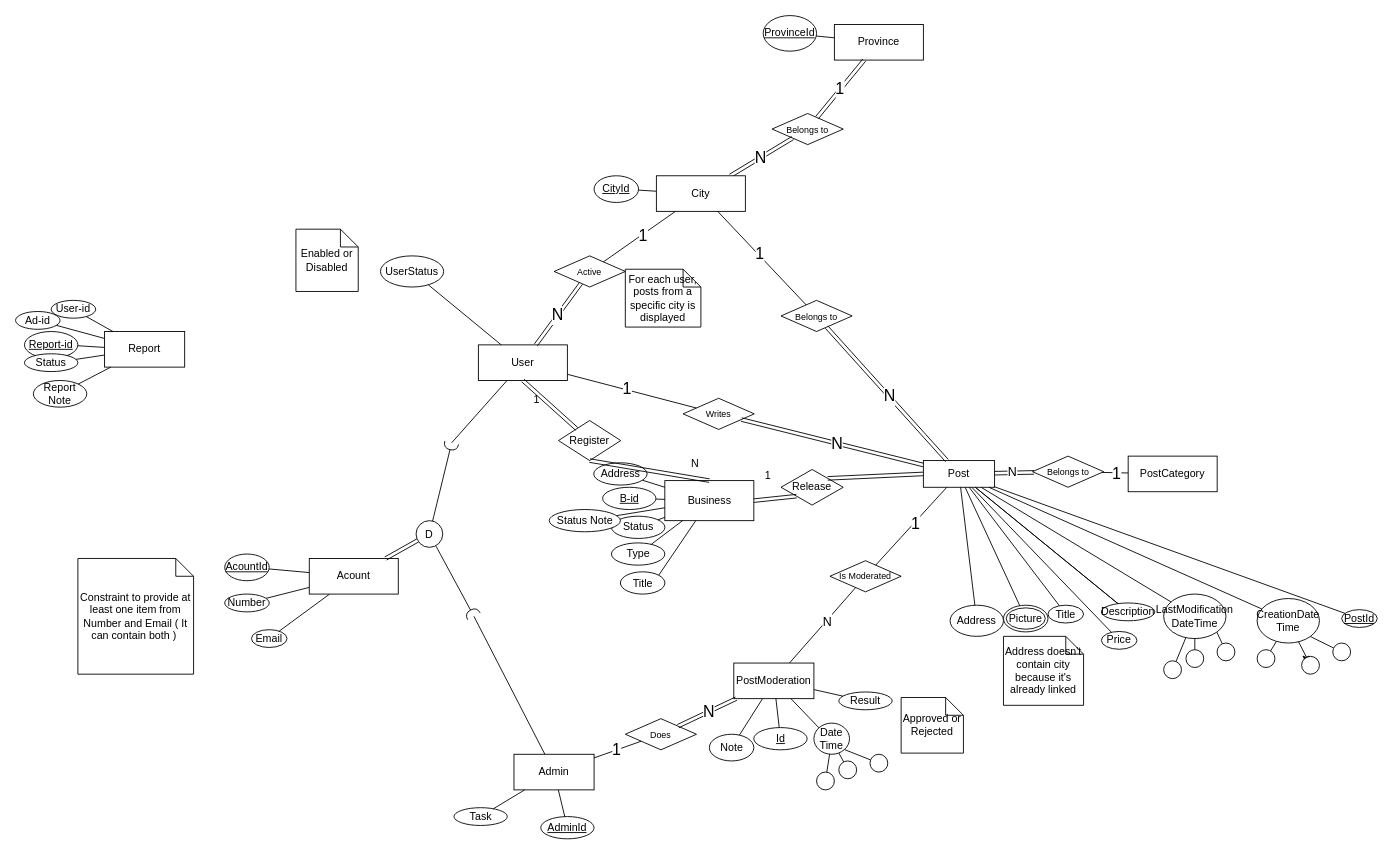
The draw.io diagram Project.drawio in khebrati/HamsellDatabase, before the edit. Source tidied: cells renumbered, new cells numbered last; positions are measured from the earlier drawing's top-left corner, leaving out a move shared by most shapes. Both pictures are drawn from the tidied source at 89%, with x=0, y=0 at pixel (15, 15).
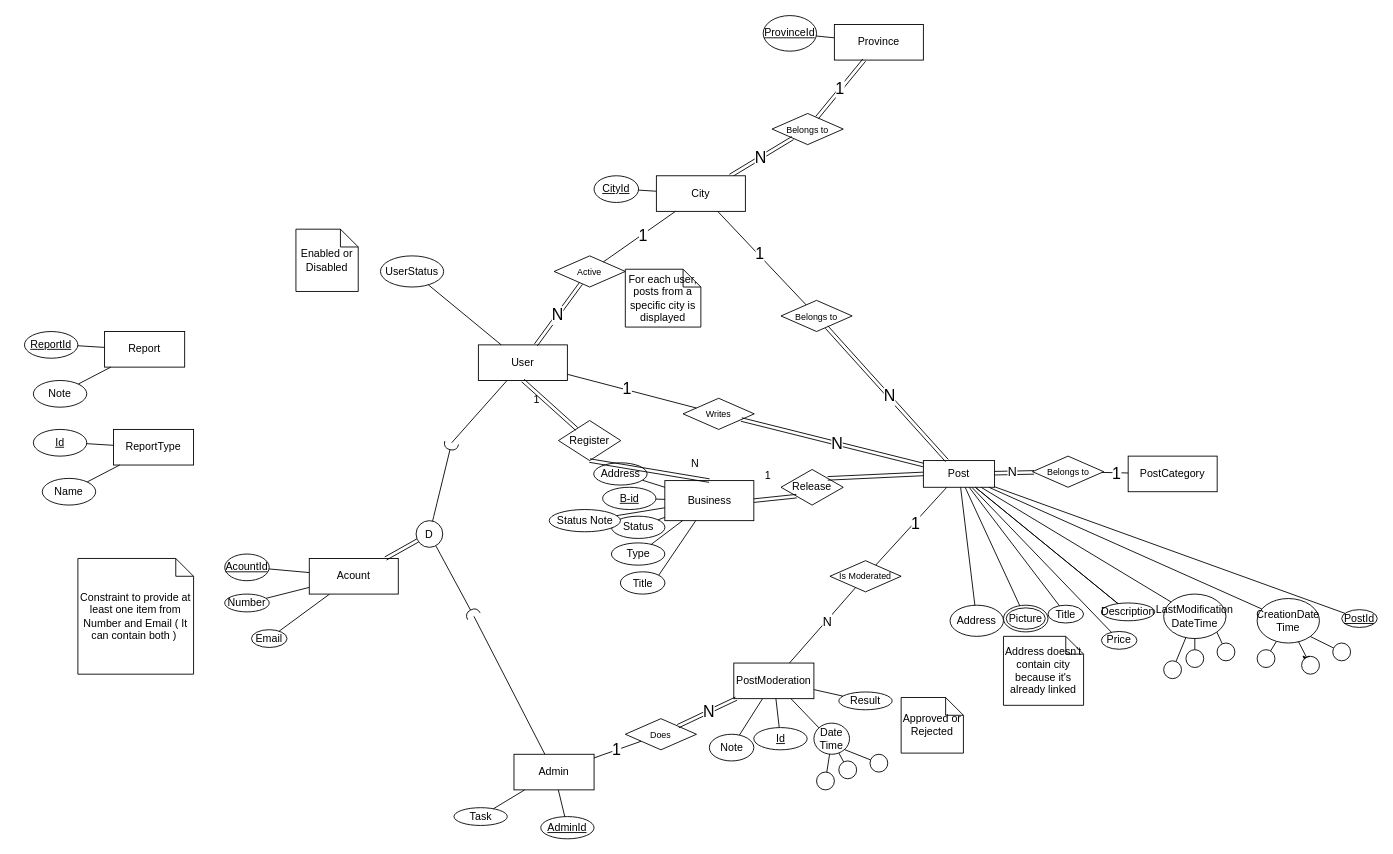
Above is the later version.

The change refers to these unchanged cells:
```xml
<mxCell id="21" value="Report" style="whiteSpace=wrap;html=1;align=center;" parent="1" vertex="1">
  <mxGeometry x="100" y="355" width="90" height="40" as="geometry" />
</mxCell>
```

What changed in the source:
```diff
@@
-    <mxCell id="22" value="Report-id" style="ellipse;whiteSpace=wrap;html=1;align=center;fontStyle=4;" parent="1" vertex="1">
+    <mxCell id="22" value="ReportId" style="ellipse;whiteSpace=wrap;html=1;align=center;fontStyle=4;" parent="1" vertex="1">
       <mxGeometry x="10" y="355" width="60" height="30" as="geometry" />
     </mxCell>
-    <mxCell id="23" value="Ad-id" style="ellipse;whiteSpace=wrap;html=1;align=center;" parent="1" vertex="1">
-      <mxGeometry y="332.5" width="50" height="20" as="geometry" />
-    </mxCell>
-    <mxCell id="24" value="User-id" style="ellipse;whiteSpace=wrap;html=1;align=center;" parent="1" vertex="1">
-      <mxGeometry x="40" y="320" width="50" height="20" as="geometry" />
-    </mxCell>
-    <mxCell id="25" value="Report Note" style="ellipse;whiteSpace=wrap;html=1;align=center;" parent="1" vertex="1">
+    <mxCell id="25" value="Note" style="ellipse;whiteSpace=wrap;html=1;align=center;" parent="1" vertex="1">
       <mxGeometry x="20" y="410" width="60" height="30" as="geometry" />
     </mxCell>
-    <mxCell id="26" value="Status" style="ellipse;whiteSpace=wrap;html=1;align=center;" parent="1" vertex="1">
-      <mxGeometry x="10" y="380" width="60" height="20" as="geometry" />
-    </mxCell>
@@
-    <mxCell id="41" style="endArrow=none;html=1;rounded=0;" parent="1" edge="1" source="24" target="21">
-      <mxGeometry relative="1" as="geometry" />
-    </mxCell>
-    <mxCell id="42" style="endArrow=none;html=1;rounded=0;" parent="1" edge="1" source="23" target="21">
-      <mxGeometry relative="1" as="geometry" />
-    </mxCell>
@@
-    <mxCell id="44" style="endArrow=none;html=1;rounded=0;" parent="1" edge="1" source="26" target="21">
-      <mxGeometry relative="1" as="geometry" />
-    </mxCell>
@@
+    <mxCell id="155" value="ReportType" style="whiteSpace=wrap;html=1;align=center;" parent="1" vertex="1">
+      <mxGeometry x="110" y="465" width="90" height="40" as="geometry" />
+    </mxCell>
+    <mxCell id="156" value="Id" style="ellipse;whiteSpace=wrap;html=1;align=center;fontStyle=4;" parent="1" vertex="1">
+      <mxGeometry x="20" y="465" width="60" height="30" as="geometry" />
+    </mxCell>
+    <mxCell id="157" value="Name" style="ellipse;whiteSpace=wrap;html=1;align=center;" parent="1" vertex="1">
+      <mxGeometry x="30" y="520" width="60" height="30" as="geometry" />
+    </mxCell>
+    <mxCell id="158" style="endArrow=none;html=1;rounded=0;" parent="1" edge="1" source="156" target="155">
+      <mxGeometry relative="1" as="geometry" />
+    </mxCell>
+    <mxCell id="159" style="endArrow=none;html=1;rounded=0;" parent="1" edge="1" source="157" target="155">
+      <mxGeometry relative="1" as="geometry" />
+    </mxCell>
```
